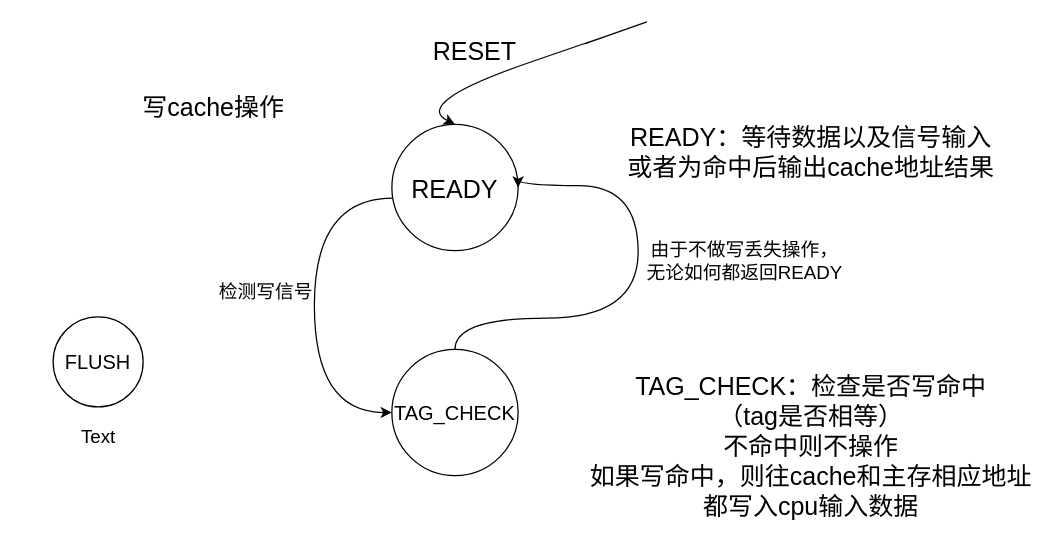
Above: exp4/draw/write.drawio in Wu-Fisher/cs_riscv_exp (draw.io), before the change. Source tidied: cells renumbered, new cells numbered last; positions are measured from the earlier drawing's top-left corner, leaving out a move shared by most shapes. Both pictures are drawn from the tidied source at 125%, with x=0, y=0 at pixel (52, 21).
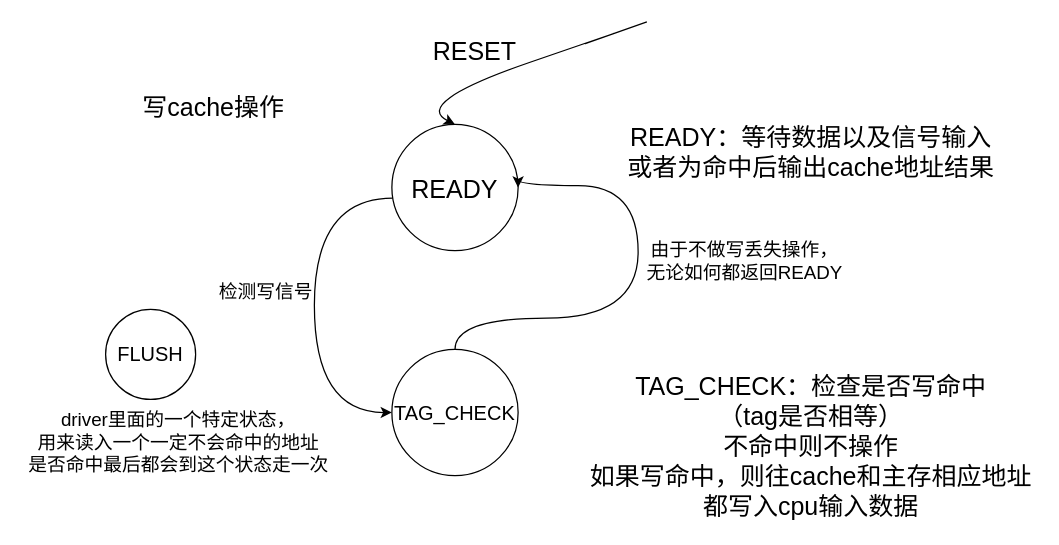
The same diagram, later.

Diff of the diagram source:
```diff
@@
     <mxCell id="13" value="&lt;span style=&quot;background-color: rgb(255 , 255 , 255)&quot;&gt;&lt;font color=&quot;#000000&quot; style=&quot;font-size: 16px&quot;&gt;FLUSH&lt;/font&gt;&lt;/span&gt;" style="ellipse;whiteSpace=wrap;html=1;fillColor=#FFFFFF;strokeColor=#000000;" parent="1" vertex="1">
-      <mxGeometry y="236" width="72" height="72" as="geometry" />
+      <mxGeometry x="42" y="230" width="72" height="72" as="geometry" />
     </mxCell>
-    <mxCell id="14" value="Text" style="text;html=1;align=center;verticalAlign=middle;strokeColor=none;fillColor=none;fontSize=15;fontColor=#000000;" parent="1" vertex="1">
-      <mxGeometry x="16" y="321" width="40" height="20" as="geometry" />
+    <mxCell id="14" value="driver里面的一个特定状态，&lt;br&gt;用来读入一个一定不会命中的地址&lt;br&gt;是否命中最后都会到这个状态走一次" style="text;html=1;align=center;verticalAlign=middle;strokeColor=none;fillColor=none;fontSize=15;fontColor=#000000;" parent="1" vertex="1">
+      <mxGeometry x="-25" y="307" width="250" height="58" as="geometry" />
     </mxCell>
```
